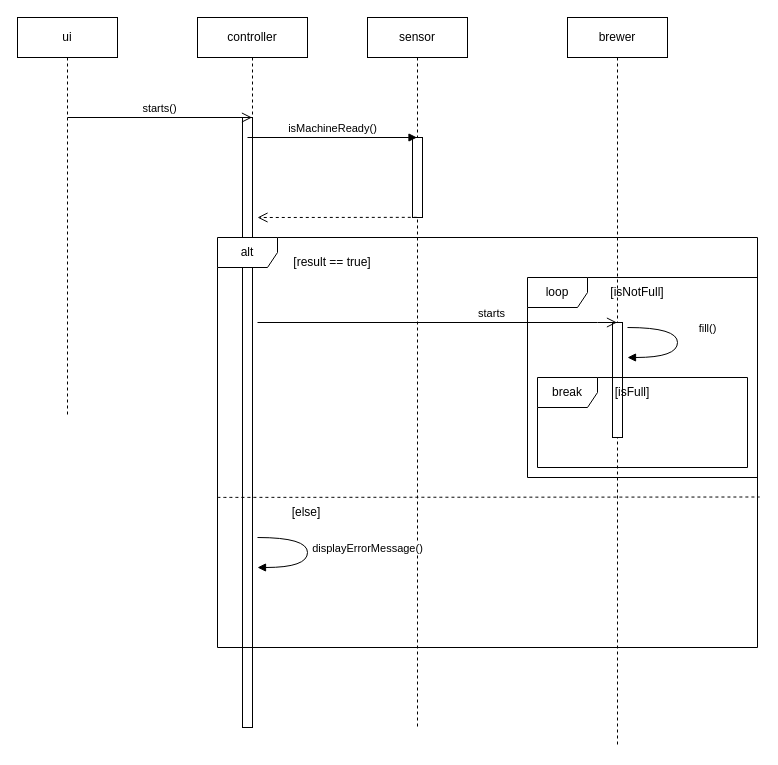
This is Kaffeemaschine.drawio from juliaemilie/pse_diagrams, a draw.io file, before an edit. Source tidied: cells renumbered, new cells numbered last; positions are measured from the earlier drawing's top-left corner, leaving out a move shared by most shapes. Both pictures are drawn from the tidied source at 100%, with x=0, y=0 at pixel (17, 17).
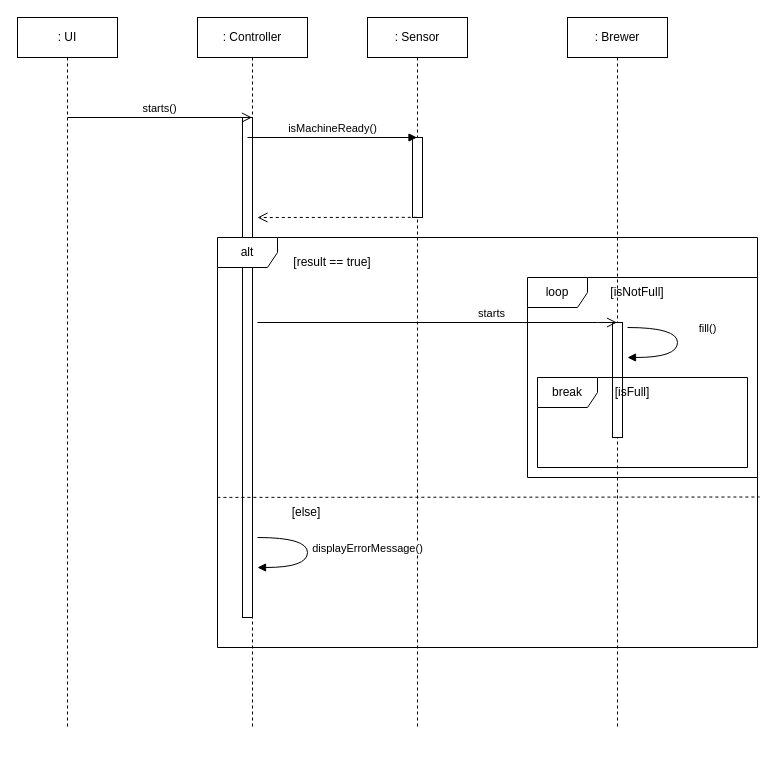
After the change.

What changed in the source:
```diff
@@
-    <mxCell id="2" value="ui" style="shape=umlLifeline;perimeter=lifelinePerimeter;whiteSpace=wrap;html=1;" parent="1" vertex="1">
-      <mxGeometry width="100" height="400" as="geometry" />
+    <mxCell id="2" value=": UI" style="shape=umlLifeline;perimeter=lifelinePerimeter;whiteSpace=wrap;html=1;" parent="1" vertex="1">
+      <mxGeometry width="100" height="710" as="geometry" />
     </mxCell>
-    <mxCell id="3" value="controller" style="shape=umlLifeline;perimeter=lifelinePerimeter;whiteSpace=wrap;html=1;outlineConnect=0;" parent="1" vertex="1">
+    <mxCell id="3" value=": Controller" style="shape=umlLifeline;perimeter=lifelinePerimeter;whiteSpace=wrap;html=1;outlineConnect=0;" parent="1" vertex="1">
       <mxGeometry x="180" width="110" height="710" as="geometry" />
     </mxCell>
     <mxCell id="4" style="html=1;perimeter=orthogonalPerimeter;" parent="3" vertex="1">
-      <mxGeometry x="45" y="100" width="10" height="610" as="geometry" />
+      <mxGeometry x="45" y="100" width="10" height="500" as="geometry" />
     </mxCell>
-    <mxCell id="5" value="sensor" style="shape=umlLifeline;perimeter=lifelinePerimeter;whiteSpace=wrap;html=1;outlineConnect=0;" parent="1" vertex="1">
+    <mxCell id="5" value=": Sensor" style="shape=umlLifeline;perimeter=lifelinePerimeter;whiteSpace=wrap;html=1;outlineConnect=0;" parent="1" vertex="1">
       <mxGeometry x="350" width="100" height="710" as="geometry" />
     </mxCell>
@@
-    <mxCell id="7" value="brewer" style="shape=umlLifeline;perimeter=lifelinePerimeter;whiteSpace=wrap;html=1;" parent="1" vertex="1">
-      <mxGeometry x="550" width="100" height="730" as="geometry" />
+    <mxCell id="7" value=": Brewer" style="shape=umlLifeline;perimeter=lifelinePerimeter;whiteSpace=wrap;html=1;" parent="1" vertex="1">
+      <mxGeometry x="550" width="100" height="710" as="geometry" />
     </mxCell>
```
